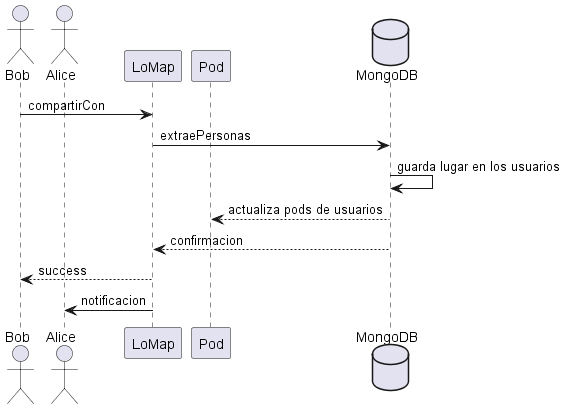
Above: images/InteractiveMap_00.png in Arquisoft/lomap_es5b (PlantUML), before the change.
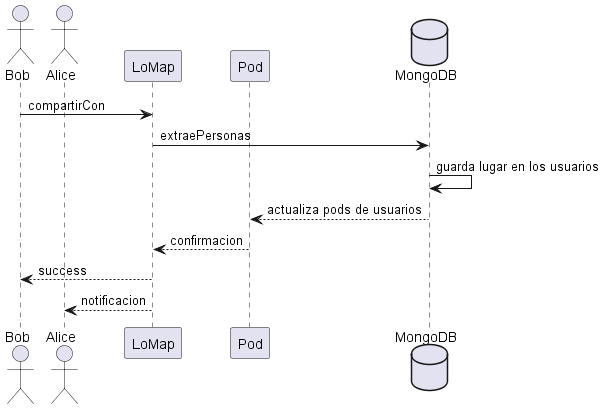
Later version of the same file.

What changed in the source:
```diff
@@ -8,7 +8,7 @@
 LoMap -> MongoDB: extraePersonas
 MongoDB -> MongoDB: guarda lugar en los usuarios
 MongoDB --> Pod: actualiza pods de usuarios
-MongoDB --> LoMap: confirmacion
+Pod --> LoMap: confirmacion
 LoMap --> Bob: success
-LoMap -> Alice: notificacion
+LoMap --> Alice: notificacion
 @enduml
```
